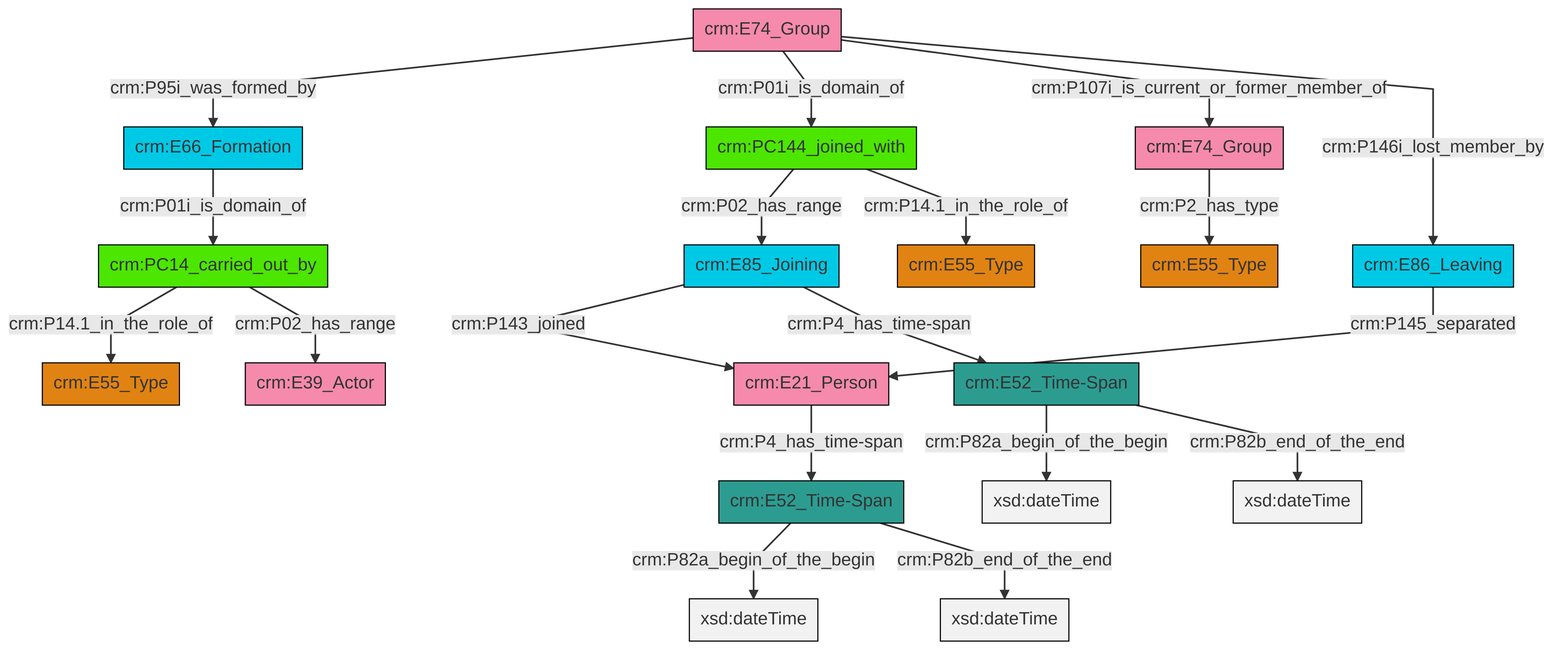
This is et/groupCSV/ttl/mmd/png/group_actor_relations.png from swiss-art-research-net/docs.swissartresearch, a Mermaid export, as it was before one commit. Its source is kept beside it as et/groupCSV/ttl/mmd/group_actor_relations.ttl.mmd.
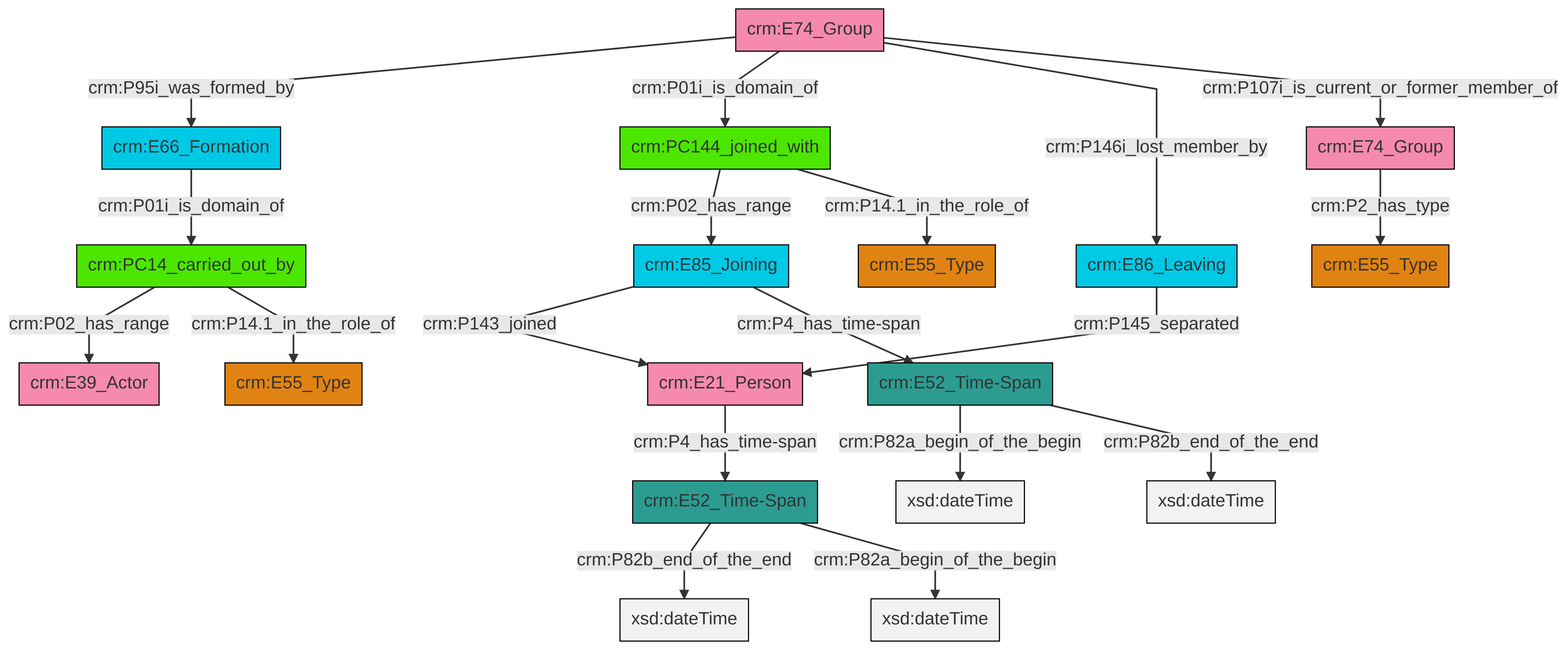
Above is the later version.

Change to the diagram source:
```diff
@@ -13,21 +13,21 @@
 classDef PC_Classes fill:#4ce600, stroke:#000000;
 classDef Multi fill:#cccccc,stroke:#000000;
 
-0["crm:E85_Joining"]:::Temporal_Entity -->|crm:P143_joined| 1["crm:E21_Person"]:::Actor
-8["crm:E52_Time-Span"]:::Time-Span -->|crm:P82a_begin_of_the_begin| 9[xsd:dateTime]:::Literal
-10["crm:PC144_joined_with"]:::PC_Classes -->|crm:P02_has_range| 0["crm:E85_Joining"]:::Temporal_Entity
-8["crm:E52_Time-Span"]:::Time-Span -->|crm:P82b_end_of_the_end| 11[xsd:dateTime]:::Literal
-12["crm:E66_Formation"]:::Temporal_Entity -->|crm:P01i_is_domain_of| 13["crm:PC14_carried_out_by"]:::PC_Classes
-4["crm:E74_Group"]:::Actor -->|crm:P2_has_type| 6["crm:E55_Type"]:::Type
-13["crm:PC14_carried_out_by"]:::PC_Classes -->|crm:P14.1_in_the_role_of| 14["crm:E55_Type"]:::Type
-17["crm:E52_Time-Span"]:::Time-Span -->|crm:P82a_begin_of_the_begin| 18[xsd:dateTime]:::Literal
-2["crm:E74_Group"]:::Actor -->|crm:P95i_was_formed_by| 12["crm:E66_Formation"]:::Temporal_Entity
-2["crm:E74_Group"]:::Actor -->|crm:P01i_is_domain_of| 10["crm:PC144_joined_with"]:::PC_Classes
-2["crm:E74_Group"]:::Actor -->|crm:P107i_is_current_or_former_member_of| 4["crm:E74_Group"]:::Actor
-1["crm:E21_Person"]:::Actor -->|crm:P4_has_time-span| 8["crm:E52_Time-Span"]:::Time-Span
-2["crm:E74_Group"]:::Actor -->|crm:P146i_lost_member_by| 22["crm:E86_Leaving"]:::Temporal_Entity
-13["crm:PC14_carried_out_by"]:::PC_Classes -->|crm:P02_has_range| 23["crm:E39_Actor"]:::Actor
-22["crm:E86_Leaving"]:::Temporal_Entity -->|crm:P145_separated| 1["crm:E21_Person"]:::Actor
-10["crm:PC144_joined_with"]:::PC_Classes -->|crm:P14.1_in_the_role_of| 15["crm:E55_Type"]:::Type
-0["crm:E85_Joining"]:::Temporal_Entity -->|crm:P4_has_time-span| 17["crm:E52_Time-Span"]:::Time-Span
-17["crm:E52_Time-Span"]:::Time-Span -->|crm:P82b_end_of_the_end| 34[xsd:dateTime]:::Literal
+0["crm:E74_Group"]:::Actor -->|crm:P95i_was_formed_by| 1["crm:E66_Formation"]:::Temporal_Entity
+0["crm:E74_Group"]:::Actor -->|crm:P01i_is_domain_of| 8["crm:PC144_joined_with"]:::PC_Classes
+1["crm:E66_Formation"]:::Temporal_Entity -->|crm:P01i_is_domain_of| 11["crm:PC14_carried_out_by"]:::PC_Classes
+12["crm:E86_Leaving"]:::Temporal_Entity -->|crm:P145_separated| 9["crm:E21_Person"]:::Actor
+0["crm:E74_Group"]:::Actor -->|crm:P146i_lost_member_by| 12["crm:E86_Leaving"]:::Temporal_Entity
+8["crm:PC144_joined_with"]:::PC_Classes -->|crm:P02_has_range| 15["crm:E85_Joining"]:::Temporal_Entity
+16["crm:E52_Time-Span"]:::Time-Span -->|crm:P82b_end_of_the_end| 17[xsd:dateTime]:::Literal
+9["crm:E21_Person"]:::Actor -->|crm:P4_has_time-span| 16["crm:E52_Time-Span"]:::Time-Span
+8["crm:PC144_joined_with"]:::PC_Classes -->|crm:P14.1_in_the_role_of| 13["crm:E55_Type"]:::Type
+20["crm:E52_Time-Span"]:::Time-Span -->|crm:P82a_begin_of_the_begin| 21[xsd:dateTime]:::Literal
+0["crm:E74_Group"]:::Actor -->|crm:P107i_is_current_or_former_member_of| 6["crm:E74_Group"]:::Actor
+15["crm:E85_Joining"]:::Temporal_Entity -->|crm:P143_joined| 9["crm:E21_Person"]:::Actor
+11["crm:PC14_carried_out_by"]:::PC_Classes -->|crm:P02_has_range| 2["crm:E39_Actor"]:::Actor
+15["crm:E85_Joining"]:::Temporal_Entity -->|crm:P4_has_time-span| 20["crm:E52_Time-Span"]:::Time-Span
+20["crm:E52_Time-Span"]:::Time-Span -->|crm:P82b_end_of_the_end| 27[xsd:dateTime]:::Literal
+11["crm:PC14_carried_out_by"]:::PC_Classes -->|crm:P14.1_in_the_role_of| 22["crm:E55_Type"]:::Type
+16["crm:E52_Time-Span"]:::Time-Span -->|crm:P82a_begin_of_the_begin| 34[xsd:dateTime]:::Literal
+6["crm:E74_Group"]:::Actor -->|crm:P2_has_type| 4["crm:E55_Type"]:::Type
```
